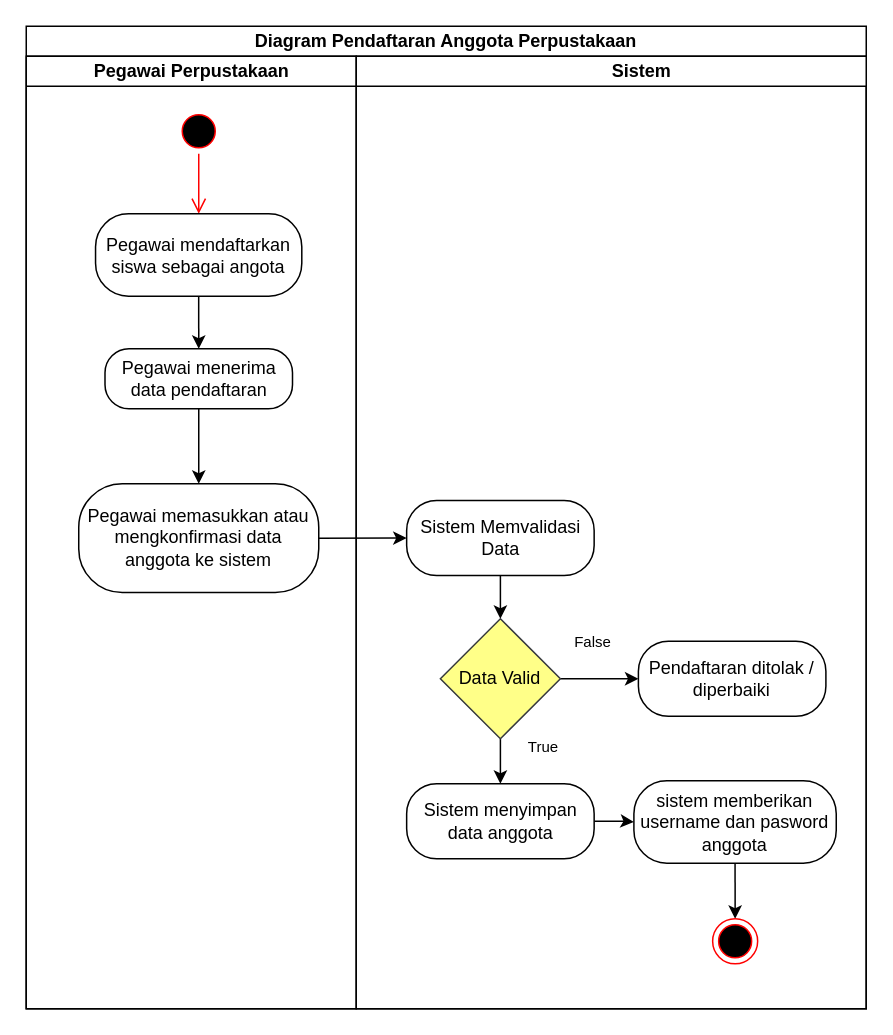
Earlier version of the draw.io diagram page "Activity Kelola Data Anggota" (4 of 17) of Use case.drawio (DikiDrim/FileSkripsi). Source tidied: cells renumbered, new cells numbered last; positions are measured from the earlier drawing's top-left corner, leaving out a move shared by most shapes. Both pictures are drawn from the tidied source at 150%, with x=0, y=0 at pixel (26, 26).
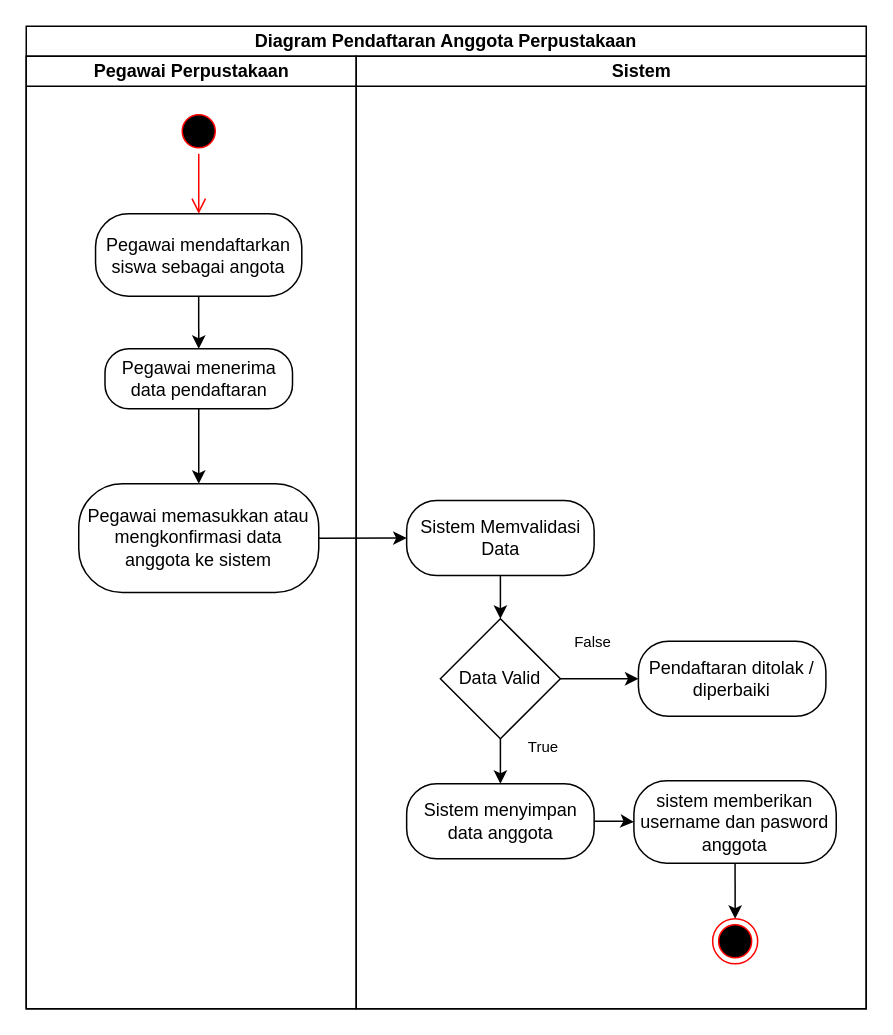
Above is the later version.

Unchanged cells that the change refers to:
```xml
<mxCell id="11" value="&lt;blockquote style=&quot;margin: 0 0 0 40px; border: none; padding: 0px;&quot;&gt;Sistem&lt;/blockquote&gt;" style="swimlane;html=1;startSize=20;swimlaneLine=1;" parent="2" vertex="1">
  <mxGeometry x="220" y="20" width="340" height="635" as="geometry" />
</mxCell>
```

The edit, as a diff of the source:
```diff
@@
-    <mxCell id="17" value="Data Valid" style="rhombus;whiteSpace=wrap;html=1;fillColor=#ffff88;strokeColor=#36393d;" parent="11" vertex="1">
+    <mxCell id="17" value="Data Valid" style="rhombus;whiteSpace=wrap;html=1;" parent="11" vertex="1">
       <mxGeometry x="56.1" y="375" width="80" height="80" as="geometry" />
     </mxCell>
```
